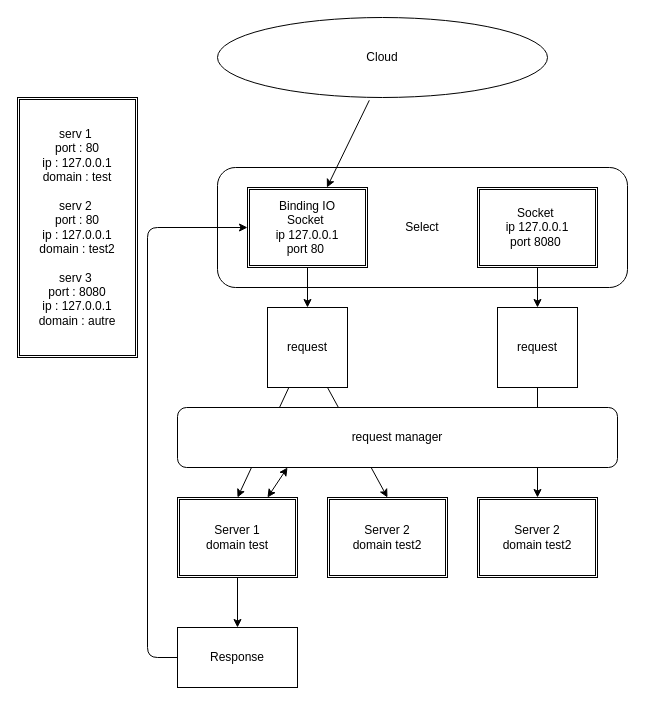
This is doc/shema.drawio from danielthalmann/42hhpp, a draw.io file, before an edit. Source tidied: cells renumbered, new cells numbered last; positions are measured from the earlier drawing's top-left corner, leaving out a move shared by most shapes. Both pictures are drawn from the tidied source at 100%, with x=0, y=0 at pixel (17, 17).
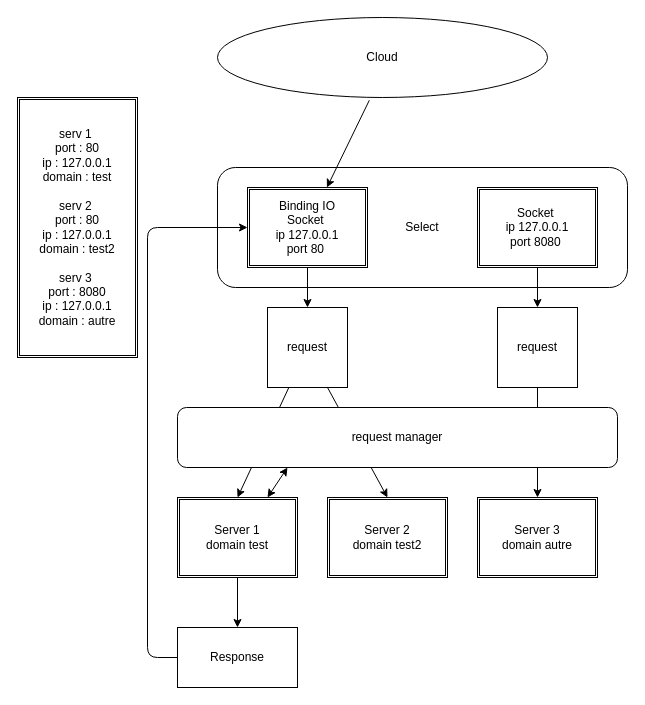
The same diagram, later.

The edit, as a diff of the source:
```diff
@@
-    <mxCell id="10" value="Server 2&lt;br&gt;domain test2" style="shape=ext;double=1;rounded=0;whiteSpace=wrap;html=1;" parent="1" vertex="1">
+    <mxCell id="10" value="Server 3&lt;br&gt;domain autre" style="shape=ext;double=1;rounded=0;whiteSpace=wrap;html=1;" parent="1" vertex="1">
       <mxGeometry x="460" y="480" width="120" height="80" as="geometry" />
     </mxCell>
```
